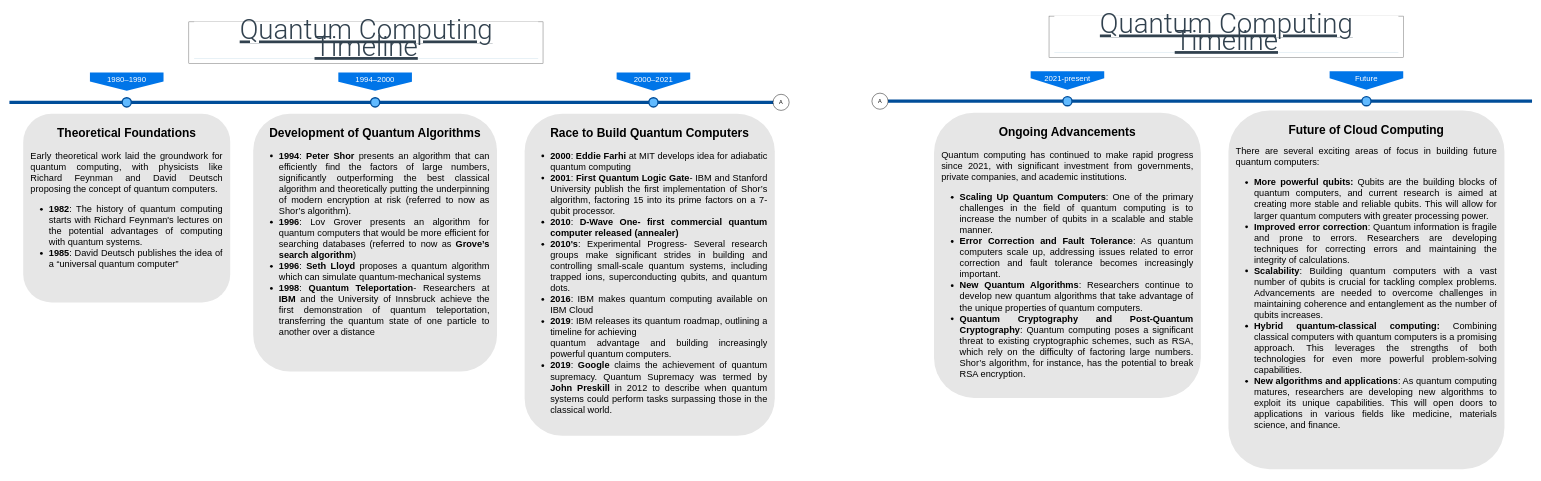
Earlier version of the draw.io diagram QCtimeline3.drawio (mimoneysh/DB_Design). Source tidied: cells renumbered, new cells numbered last; positions are measured from the earlier drawing's top-left corner, leaving out a move shared by most shapes. Both pictures are drawn from the tidied source at 46%, with x=0, y=0 at pixel (9, 16).
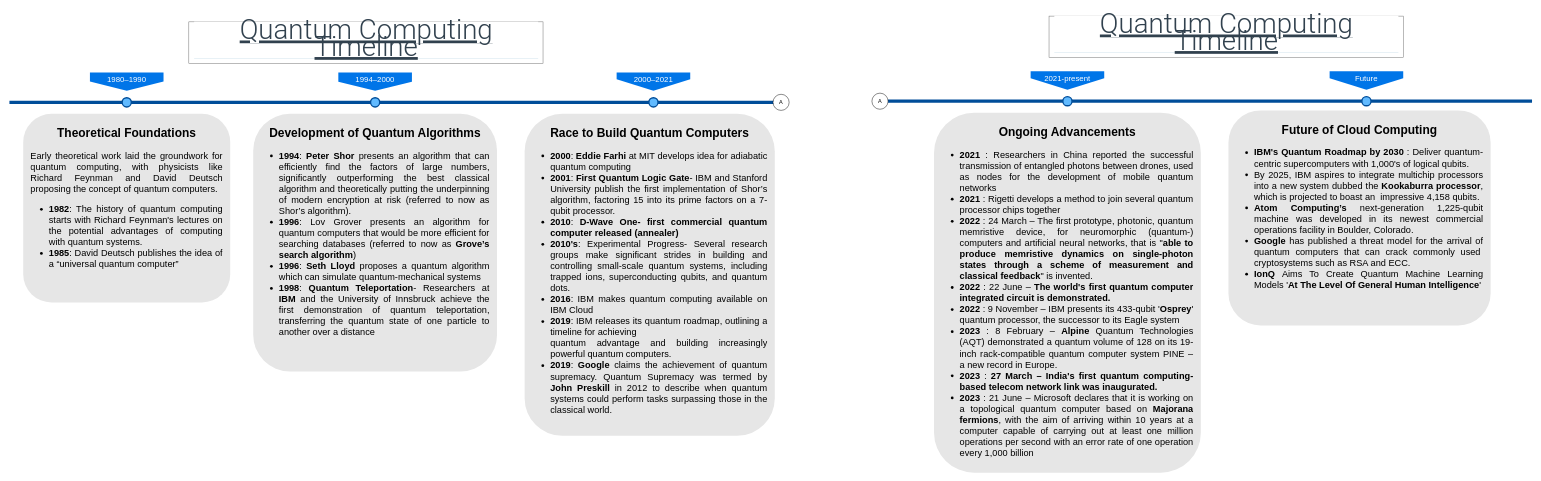
The same page after the edit.

The edit, as a diff of the source:
```diff
@@
-    <mxCell id="9" value="&lt;h1&gt;Ongoing Advancements&lt;/h1&gt;&lt;p align=&quot;justify&quot; style=&quot;font-size: 20px;&quot;&gt;&lt;font style=&quot;font-size: 20px;&quot;&gt;Quantum computing has continued to make rapid progress since 2021, with significant investment from governments, private companies, and academic institutions.&lt;/font&gt;&lt;/p&gt;&lt;div align=&quot;justify&quot; style=&quot;font-size: 20px;&quot;&gt;&lt;ul&gt;&lt;li&gt;&lt;font style=&quot;font-size: 20px;&quot;&gt;&lt;b&gt;Scaling Up Quantum Computers&lt;/b&gt;: One of the primary challenges in the field of quantum computing is to increase the number of qubits in a scalable and stable manner.&lt;/font&gt;&lt;/li&gt;&lt;li&gt;&lt;font style=&quot;font-size: 20px;&quot;&gt;&lt;b&gt;Error Correction and Fault Tolerance&lt;/b&gt;: As quantum computers scale up, addressing issues related to error correction and fault tolerance becomes increasingly important.&lt;br&gt;&lt;/font&gt;&lt;/li&gt;&lt;li&gt;&lt;font style=&quot;font-size: 20px;&quot;&gt;&lt;b&gt;New Quantum Algorithms&lt;/b&gt;: Researchers continue to develop new quantum algorithms that take advantage of the unique properties of quantum computers.&lt;/font&gt;&lt;/li&gt;&lt;li&gt;&lt;font style=&quot;font-size: 20px;&quot;&gt;&lt;b&gt;Quantum Cryptography and Post-Quantum Cryptography&lt;/b&gt;: Quantum computing poses a significant threat to existing cryptographic schemes, such as RSA, which rely on the difficulty of factoring large numbers. Shor’s algorithm, for instance, has the potential to break RSA encryption.&lt;/font&gt;&lt;br&gt;&lt;/li&gt;&lt;/ul&gt;&lt;/div&gt;&lt;div align=&quot;justify&quot;&gt;&lt;br&gt;&lt;/div&gt;&lt;p align=&quot;left&quot;&gt;&lt;br&gt;&lt;/p&gt;" style="text;html=1;spacing=5;spacingTop=0;whiteSpace=wrap;overflow=hidden;strokeColor=none;strokeWidth=3;fillColor=#E6E6E6;fontSize=13;fontColor=#000000;align=center;rounded=1;spacingLeft=12;spacingRight=12;" parent="1" vertex="1">
-      <mxGeometry x="2010" y="209.5" width="580" height="620" as="geometry" />
+    <mxCell id="9" value="&lt;h1&gt;Ongoing Advancements&lt;/h1&gt;&lt;div align=&quot;justify&quot;&gt;&lt;ul style=&quot;font-size: 20px;&quot;&gt;&lt;li&gt;&lt;b&gt;2021 &lt;/b&gt;: Researchers in China reported the successful transmission of entangled photons between drones, used as nodes for the development of mobile quantum networks&lt;/li&gt;&lt;li&gt;&lt;b&gt;2021 &lt;/b&gt;: Rigetti develops a method to join several quantum processor chips together&lt;/li&gt;&lt;li&gt;&lt;b&gt;2022 &lt;/b&gt;: 24 March – The first prototype, photonic, quantum memristive device, for neuromorphic (quantum-) computers and artificial neural networks, that is &quot;&lt;b&gt;able to produce memristive dynamics on single-photon states through a scheme of measurement and classical feedback&lt;/b&gt;&quot; is invented.&lt;/li&gt;&lt;li&gt;&lt;b&gt;2022 &lt;/b&gt;: 22 June – &lt;b&gt;The world's first quantum computer integrated circuit is demonstrated.&lt;/b&gt;&lt;/li&gt;&lt;li&gt;&lt;b&gt;2022 &lt;/b&gt;: 9 November – IBM presents its 433-qubit '&lt;b&gt;Osprey&lt;/b&gt;' quantum processor, the successor to its Eagle system&lt;/li&gt;&lt;li&gt;&lt;b&gt;2023 &lt;/b&gt;: 8 February – &lt;b&gt;Alpine &lt;/b&gt;Quantum Technologies (AQT) demonstrated a quantum volume of 128 on its 19-inch rack-compatible quantum computer system PINE – a new record in Europe.&lt;/li&gt;&lt;li&gt;&lt;b&gt;2023 &lt;/b&gt;:&lt;b&gt; 27 March – India's first quantum computing-based telecom network link was inaugurated.&lt;/b&gt;&lt;/li&gt;&lt;li&gt;&lt;b&gt;2023 &lt;/b&gt;: 21 June – Microsoft declares that it is working on a topological quantum computer based on &lt;b&gt;Majorana fermions&lt;/b&gt;, with the aim of arriving within 10 years at a computer capable of carrying out at least one million operations per second with an error rate of one operation every 1,000 billion&lt;br&gt;&lt;/li&gt;&lt;/ul&gt;&lt;/div&gt;&lt;p align=&quot;left&quot;&gt;&lt;br&gt;&lt;/p&gt;" style="text;html=1;spacing=5;spacingTop=0;whiteSpace=wrap;overflow=hidden;strokeColor=none;strokeWidth=3;fillColor=#E6E6E6;fontSize=13;fontColor=#000000;align=center;rounded=1;spacingLeft=12;spacingRight=12;" parent="1" vertex="1">
+      <mxGeometry x="2010" y="209.5" width="580" height="782.5" as="geometry" />
     </mxCell>
@@
-    <mxCell id="16" value="&lt;h1&gt;Future&amp;nbsp;of Cloud Computing&lt;br&gt;&lt;/h1&gt;&lt;div style=&quot;font-size: 20px;&quot; align=&quot;justify&quot;&gt;&lt;font style=&quot;font-size: 20px;&quot;&gt;There are several exciting areas of focus in building future quantum computers:&lt;br&gt;&lt;/font&gt;&lt;/div&gt;&lt;div align=&quot;justify&quot; style=&quot;font-size: 20px;&quot;&gt;&lt;ul&gt;&lt;li&gt;&lt;font style=&quot;font-size: 20px;&quot;&gt;&lt;b&gt;More powerful qubits:&lt;/b&gt; Qubits are the building blocks of quantum computers, and current research is aimed at creating more stable and reliable qubits. This will allow for larger quantum computers with greater processing power.&lt;/font&gt;&lt;/li&gt;&lt;li&gt;&lt;font style=&quot;font-size: 20px;&quot;&gt;&lt;b&gt;Improved error correction&lt;/b&gt;: Quantum information is fragile and prone to errors. Researchers are developing techniques for correcting errors and maintaining the integrity of calculations.&lt;/font&gt;&lt;/li&gt;&lt;li&gt;&lt;font style=&quot;font-size: 20px;&quot;&gt;&lt;b&gt;Scalability&lt;/b&gt;: Building quantum computers with a vast number of qubits is crucial for tackling complex problems. Advancements are needed to overcome challenges in maintaining coherence and entanglement as the number of qubits increases.&lt;/font&gt;&lt;/li&gt;&lt;li&gt;&lt;font style=&quot;font-size: 20px;&quot;&gt;&lt;b&gt;Hybrid quantum-classical computing: &lt;/b&gt;Combining classical computers with quantum computers is a promising approach. This leverages the strengths of both technologies for even more powerful problem-solving capabilities.&lt;/font&gt;&lt;/li&gt;&lt;li&gt;&lt;font style=&quot;font-size: 20px;&quot;&gt;&lt;b&gt;New algorithms and applications&lt;/b&gt;: As quantum computing matures, researchers are developing new algorithms to exploit its unique capabilities. This will open doors to applications in various fields like medicine, materials science, and finance.&lt;/font&gt;&lt;br&gt;&lt;/li&gt;&lt;/ul&gt;&lt;/div&gt;&lt;div align=&quot;justify&quot;&gt;&lt;br&gt;&lt;/div&gt;&lt;p align=&quot;left&quot;&gt;&lt;br&gt;&lt;/p&gt;" style="text;html=1;spacing=5;spacingTop=0;whiteSpace=wrap;overflow=hidden;strokeColor=none;strokeWidth=3;fillColor=#E6E6E6;fontSize=13;fontColor=#000000;align=center;rounded=1;spacingLeft=12;spacingRight=12;" parent="1" vertex="1">
-      <mxGeometry x="2650" y="204.5" width="600" height="780" as="geometry" />
+    <mxCell id="16" value="&lt;h1 align=&quot;center&quot;&gt;Future&amp;nbsp;of Cloud Computing&lt;/h1&gt;&lt;div align=&quot;justify&quot;&gt;&lt;ul style=&quot;font-size: 20px;&quot;&gt;&lt;li&gt;&lt;b&gt;IBM's Quantum Roadmap by 2030 &lt;/b&gt;: &lt;span lang=&quot;en&quot; class=&quot;BxUVEf ILfuVd&quot;&gt;&lt;span class=&quot;hgKElc&quot;&gt;Deliver quantum-centric supercomputers with 1,000's of logical qubits.&lt;/span&gt;&lt;/span&gt;&lt;/li&gt;&lt;li&gt;By 2025, IBM aspires to integrate multichip processors into a new system dubbed the &lt;b&gt;Kookaburra processor&lt;/b&gt;, which is projected to boast an&amp;nbsp; impressive 4,158 qubits.&lt;/li&gt;&lt;li&gt;&lt;span lang=&quot;en&quot; class=&quot;BxUVEf ILfuVd&quot;&gt;&lt;span class=&quot;hgKElc&quot;&gt;&lt;b&gt;Atom Computing’s&lt;/b&gt; next-generation 1,225-qubit machine was developed in its newest commercial operations facility in Boulder, Colorado.&amp;nbsp;&lt;/span&gt;&lt;/span&gt;&lt;/li&gt;&lt;li&gt;&lt;span style=&quot;font-weight: normal;&quot;&gt;&lt;b&gt;Google &lt;/b&gt;has published a threat model for the arrival of quantum computers that can crack commonly used&amp;nbsp; cryptosystems such as RSA and ECC.&lt;/span&gt;&lt;/li&gt;&lt;li&gt;&lt;span style=&quot;font-weight: normal;&quot;&gt;&lt;b&gt;IonQ &lt;/b&gt;Aims To Create Quantum Machine Learning Models '&lt;b&gt;At The Level Of General Human Intelligence&lt;/b&gt;'&lt;br&gt;&lt;/span&gt;&lt;/li&gt;&lt;/ul&gt;&lt;/div&gt;&lt;p align=&quot;left&quot;&gt;&lt;br&gt;&lt;/p&gt;" style="text;html=1;spacing=5;spacingTop=0;whiteSpace=wrap;overflow=hidden;strokeColor=none;strokeWidth=3;fillColor=#E6E6E6;fontSize=13;fontColor=#000000;align=center;rounded=1;spacingLeft=12;spacingRight=12;" parent="1" vertex="1">
+      <mxGeometry x="2650" y="204.5" width="570" height="467.5" as="geometry" />
     </mxCell>
```
